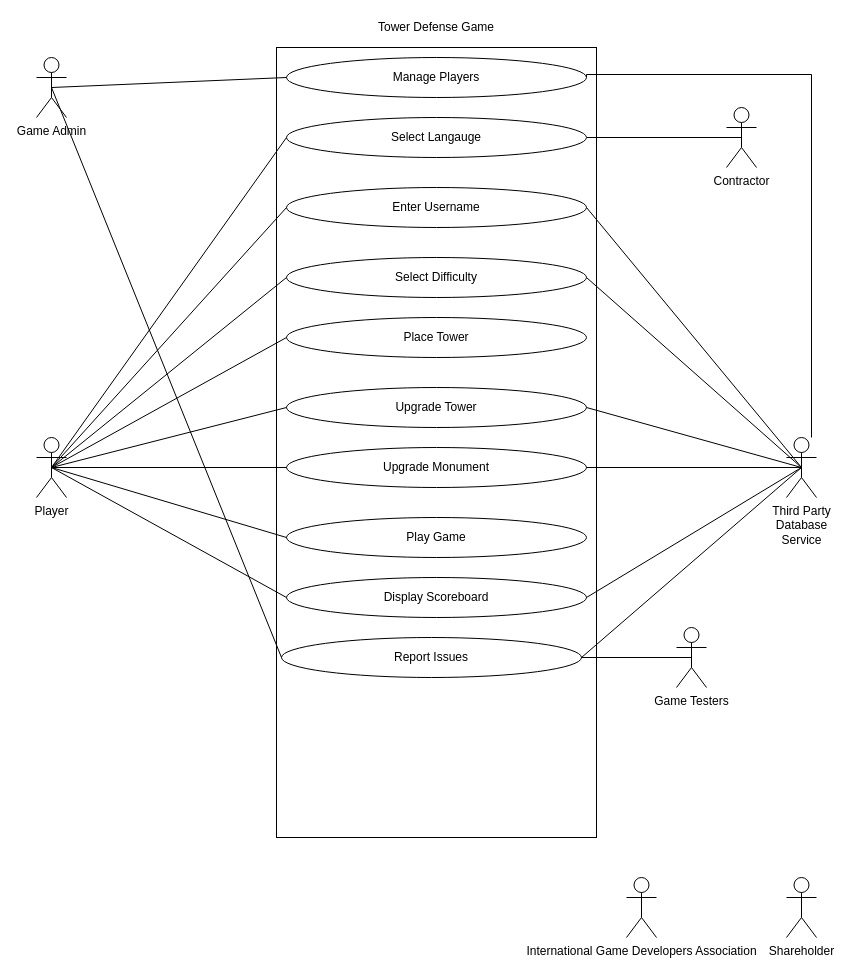
Before: Untitled Diagram.drawio in taehee5525/git_test, a draw.io diagram. Source tidied: cells renumbered, new cells numbered last; positions are measured from the earlier drawing's top-left corner, leaving out a move shared by most shapes. Both pictures are drawn from the tidied source at 100%, with x=0, y=0 at pixel (36, 17).
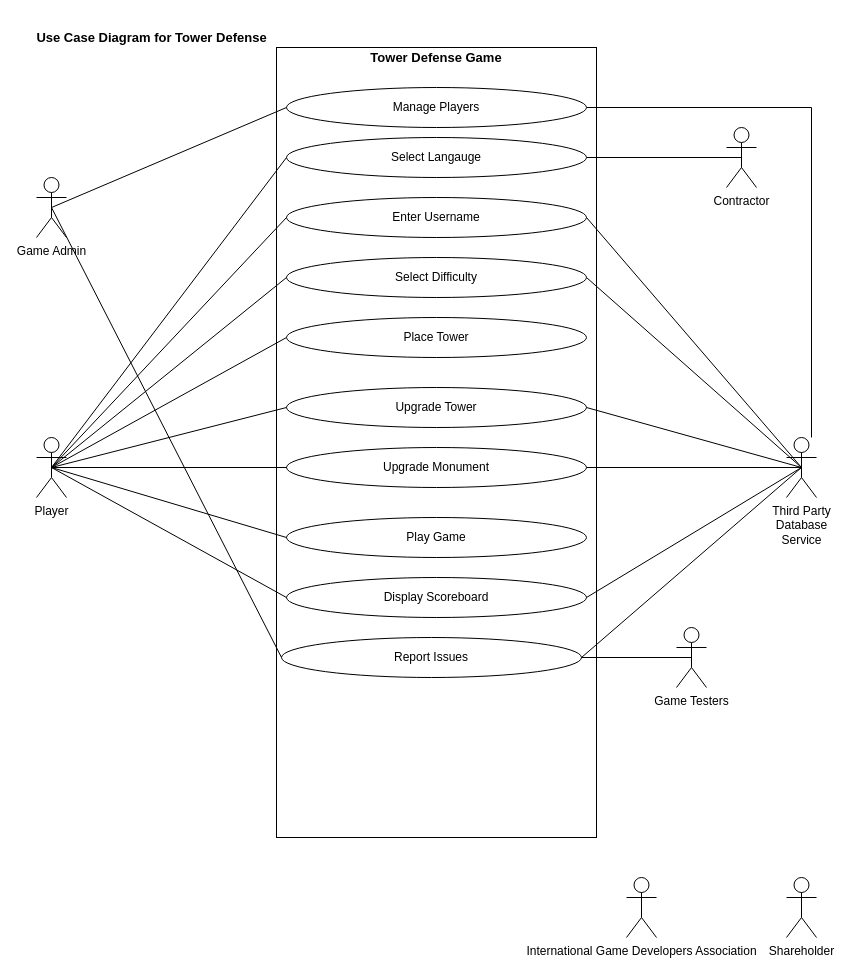
After the change.

Unchanged cells that the change refers to:
```xml
<mxCell id="8" value="Third Party&lt;br&gt;Database&lt;br&gt;Service" style="shape=umlActor;verticalLabelPosition=bottom;verticalAlign=top;html=1;outlineConnect=0;" parent="1" vertex="1">
  <mxGeometry x="750" y="420" width="30" height="60" as="geometry" />
</mxCell>
```

Diff of the diagram source:
```diff
@@
     <mxCell id="2" value="Game Admin" style="shape=umlActor;verticalLabelPosition=bottom;verticalAlign=top;html=1;outlineConnect=0;" parent="1" vertex="1">
-      <mxGeometry y="40" width="30" height="60" as="geometry" />
+      <mxGeometry y="160" width="30" height="60" as="geometry" />
     </mxCell>
@@
     <mxCell id="7" style="edgeStyle=orthogonalEdgeStyle;rounded=0;jettySize=auto;html=1;endFill=0;strokeColor=default;entryX=1;entryY=0.5;entryDx=0;entryDy=0;startArrow=none;startFill=0;endArrow=none;" parent="1" edge="1" source="8" target="11">
       <mxGeometry relative="1" as="geometry">
         <Array as="points">
-          <mxPoint x="775" y="57" />
-          <mxPoint x="550" y="57" />
+          <mxPoint x="775" y="90" />
         </Array>
       </mxGeometry>
     </mxCell>
@@
     <mxCell id="9" value="Contractor" style="shape=umlActor;verticalLabelPosition=bottom;verticalAlign=top;html=1;outlineConnect=0;" parent="1" vertex="1">
-      <mxGeometry x="690" y="90" width="30" height="60" as="geometry" />
+      <mxGeometry x="690" y="110" width="30" height="60" as="geometry" />
     </mxCell>
@@
     <mxCell id="11" value="Manage Players" style="ellipse;whiteSpace=wrap;html=1;" parent="1" vertex="1">
-      <mxGeometry x="250" y="40" width="300" height="40" as="geometry" />
+      <mxGeometry x="250" y="70" width="300" height="40" as="geometry" />
     </mxCell>
@@
-    <mxCell id="13" value="Tower Defense Game" style="text;html=1;strokeColor=none;fillColor=none;align=center;verticalAlign=middle;whiteSpace=wrap;rounded=0;" parent="1" vertex="1">
-      <mxGeometry x="330" width="140" height="20" as="geometry" />
+    <mxCell id="13" value="&lt;b&gt;&lt;font style=&quot;font-size: 13px&quot;&gt;Tower Defense Game&lt;/font&gt;&lt;/b&gt;" style="text;html=1;strokeColor=none;fillColor=none;align=center;verticalAlign=middle;whiteSpace=wrap;rounded=0;" parent="1" vertex="1">
+      <mxGeometry x="330" y="30" width="140" height="20" as="geometry" />
     </mxCell>
@@
     <mxCell id="15" value="Select Langauge" style="ellipse;whiteSpace=wrap;html=1;" parent="1" vertex="1">
-      <mxGeometry x="250" y="100" width="300" height="40" as="geometry" />
+      <mxGeometry x="250" y="120" width="300" height="40" as="geometry" />
     </mxCell>
@@
     <mxCell id="21" value="Enter Username" style="ellipse;whiteSpace=wrap;html=1;" parent="1" vertex="1">
-      <mxGeometry x="250" y="170" width="300" height="40" as="geometry" />
+      <mxGeometry x="250" y="180" width="300" height="40" as="geometry" />
     </mxCell>
@@
+    <mxCell id="40" value="&lt;b&gt;&lt;font style=&quot;font-size: 13px&quot;&gt;Use Case Diagram for Tower Defense&lt;/font&gt;&lt;/b&gt;" style="text;html=1;align=center;verticalAlign=middle;strokeColor=none;fillColor=none;" parent="1" vertex="1">
+      <mxGeometry x="-10" y="10" width="250" height="20" as="geometry" />
+    </mxCell>
```
